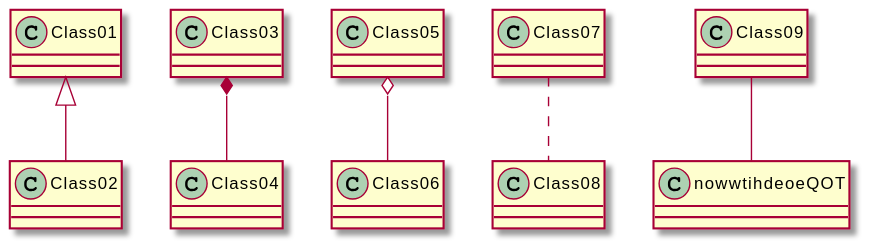
Above: meilenstein_03/test.svg in weichware10/meilensteine (PlantUML), before the change.
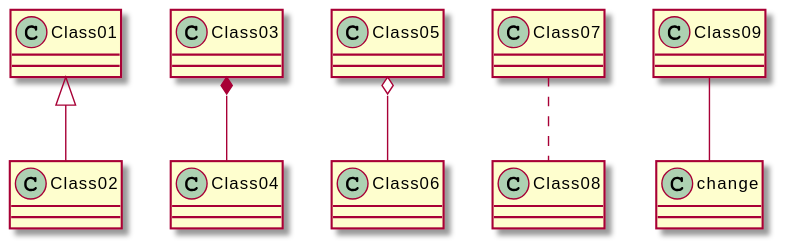
The same file after the commit.

Commit message:
Render PlantUML SVGs

Change to the diagram source:
```diff
@@ -3,5 +3,5 @@
 Class03 *-- Class04
 Class05 o-- Class06
 Class07 .. Class08
-Class09 -- nowwtihdeoeQOT
+Class09 -- change
 @enduml
```
